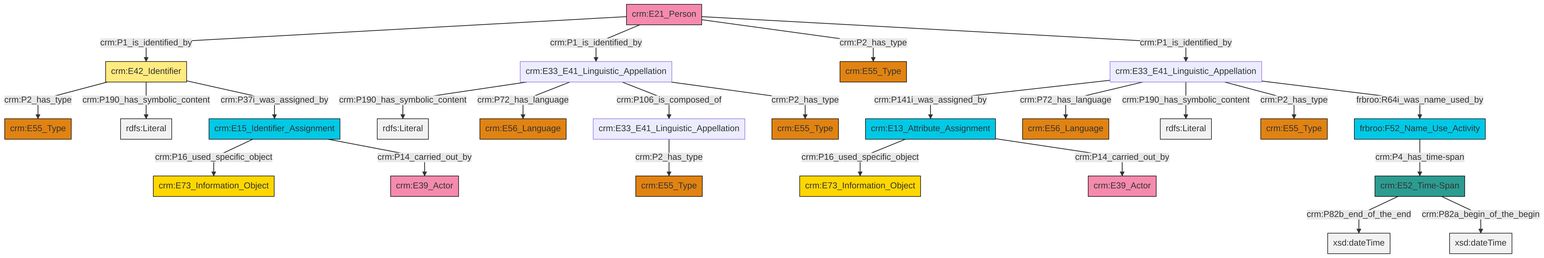
Above: et/personCSV/ttl/mmd/png/Person_Names_and_Classification.png in swiss-art-research-net/docs.swissartresearch (Mermaid), before the change. Its source is kept beside it as et/personCSV/ttl/mmd/Person_Names_and_Classification.ttl.mmd.
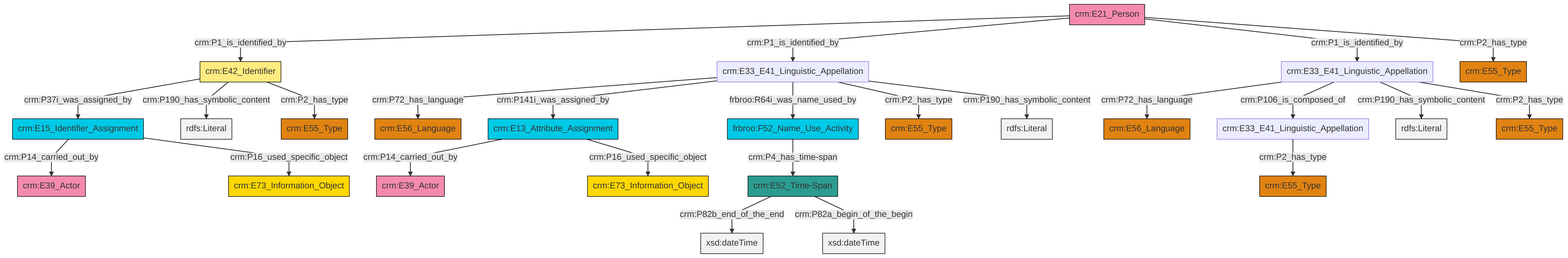
The same diagram one commit later.

What changed in the source:
```diff
@@ -13,27 +13,27 @@
 classDef PC_Classes fill:#4ce600, stroke:#000000;
 classDef Multi fill:#cccccc,stroke:#000000;
 
-0["crm:E21_Person"]:::Actor -->|crm:P1_is_identified_by| 1["crm:E42_Identifier"]:::Appellation
-8["crm:E15_Identifier_Assignment"]:::Temporal_Entity -->|crm:P16_used_specific_object| 9["crm:E73_Information_Object"]:::Conceptual_Object
-2["crm:E33_E41_Linguistic_Appellation"]:::Default -->|crm:P190_has_symbolic_content| 11[rdfs:Literal]:::Literal
-14["crm:E33_E41_Linguistic_Appellation"]:::Default -->|crm:P141i_was_assigned_by| 12["crm:E13_Attribute_Assignment"]:::Temporal_Entity
-12["crm:E13_Attribute_Assignment"]:::Temporal_Entity -->|crm:P16_used_specific_object| 19["crm:E73_Information_Object"]:::Conceptual_Object
-0["crm:E21_Person"]:::Actor -->|crm:P1_is_identified_by| 2["crm:E33_E41_Linguistic_Appellation"]:::Default
-14["crm:E33_E41_Linguistic_Appellation"]:::Default -->|crm:P72_has_language| 23["crm:E56_Language"]:::Type
-0["crm:E21_Person"]:::Actor -->|crm:P2_has_type| 24["crm:E55_Type"]:::Type
-12["crm:E13_Attribute_Assignment"]:::Temporal_Entity -->|crm:P14_carried_out_by| 17["crm:E39_Actor"]:::Actor
-0["crm:E21_Person"]:::Actor -->|crm:P1_is_identified_by| 14["crm:E33_E41_Linguistic_Appellation"]:::Default
-1["crm:E42_Identifier"]:::Appellation -->|crm:P2_has_type| 6["crm:E55_Type"]:::Type
-26["frbroo:F52_Name_Use_Activity"]:::Temporal_Entity -->|crm:P4_has_time-span| 27["crm:E52_Time-Span"]:::Time-Span
-14["crm:E33_E41_Linguistic_Appellation"]:::Default -->|crm:P190_has_symbolic_content| 28[rdfs:Literal]:::Literal
-8["crm:E15_Identifier_Assignment"]:::Temporal_Entity -->|crm:P14_carried_out_by| 21["crm:E39_Actor"]:::Actor
-14["crm:E33_E41_Linguistic_Appellation"]:::Default -->|crm:P2_has_type| 30["crm:E55_Type"]:::Type
-1["crm:E42_Identifier"]:::Appellation -->|crm:P190_has_symbolic_content| 36[rdfs:Literal]:::Literal
-27["crm:E52_Time-Span"]:::Time-Span -->|crm:P82b_end_of_the_end| 37[xsd:dateTime]:::Literal
-2["crm:E33_E41_Linguistic_Appellation"]:::Default -->|crm:P72_has_language| 4["crm:E56_Language"]:::Type
-2["crm:E33_E41_Linguistic_Appellation"]:::Default -->|crm:P106_is_composed_of| 15["crm:E33_E41_Linguistic_Appellation"]:::Default
-1["crm:E42_Identifier"]:::Appellation -->|crm:P37i_was_assigned_by| 8["crm:E15_Identifier_Assignment"]:::Temporal_Entity
-15["crm:E33_E41_Linguistic_Appellation"]:::Default -->|crm:P2_has_type| 32["crm:E55_Type"]:::Type
-27["crm:E52_Time-Span"]:::Time-Span -->|crm:P82a_begin_of_the_begin| 44[xsd:dateTime]:::Literal
-2["crm:E33_E41_Linguistic_Appellation"]:::Default -->|crm:P2_has_type| 41["crm:E55_Type"]:::Type
-14["crm:E33_E41_Linguistic_Appellation"]:::Default -->|frbroo:R64i_was_name_used_by| 26["frbroo:F52_Name_Use_Activity"]:::Temporal_Entity
+0["crm:E42_Identifier"]:::Appellation -->|crm:P37i_was_assigned_by| 1["crm:E15_Identifier_Assignment"]:::Temporal_Entity
+2["crm:E33_E41_Linguistic_Appellation"]:::Default -->|crm:P72_has_language| 3["crm:E56_Language"]:::Type
+0["crm:E42_Identifier"]:::Appellation -->|crm:P190_has_symbolic_content| 4[rdfs:Literal]:::Literal
+5["crm:E21_Person"]:::Actor -->|crm:P1_is_identified_by| 0["crm:E42_Identifier"]:::Appellation
+8["crm:E13_Attribute_Assignment"]:::Temporal_Entity -->|crm:P14_carried_out_by| 9["crm:E39_Actor"]:::Actor
+5["crm:E21_Person"]:::Actor -->|crm:P1_is_identified_by| 6["crm:E33_E41_Linguistic_Appellation"]:::Default
+2["crm:E33_E41_Linguistic_Appellation"]:::Default -->|crm:P106_is_composed_of| 12["crm:E33_E41_Linguistic_Appellation"]:::Default
+6["crm:E33_E41_Linguistic_Appellation"]:::Default -->|crm:P72_has_language| 15["crm:E56_Language"]:::Type
+1["crm:E15_Identifier_Assignment"]:::Temporal_Entity -->|crm:P14_carried_out_by| 16["crm:E39_Actor"]:::Actor
+5["crm:E21_Person"]:::Actor -->|crm:P1_is_identified_by| 2["crm:E33_E41_Linguistic_Appellation"]:::Default
+22["crm:E52_Time-Span"]:::Time-Span -->|crm:P82b_end_of_the_end| 23[xsd:dateTime]:::Literal
+6["crm:E33_E41_Linguistic_Appellation"]:::Default -->|crm:P141i_was_assigned_by| 8["crm:E13_Attribute_Assignment"]:::Temporal_Entity
+0["crm:E42_Identifier"]:::Appellation -->|crm:P2_has_type| 17["crm:E55_Type"]:::Type
+12["crm:E33_E41_Linguistic_Appellation"]:::Default -->|crm:P2_has_type| 10["crm:E55_Type"]:::Type
+22["crm:E52_Time-Span"]:::Time-Span -->|crm:P82a_begin_of_the_begin| 31[xsd:dateTime]:::Literal
+6["crm:E33_E41_Linguistic_Appellation"]:::Default -->|frbroo:R64i_was_name_used_by| 33["frbroo:F52_Name_Use_Activity"]:::Temporal_Entity
+2["crm:E33_E41_Linguistic_Appellation"]:::Default -->|crm:P190_has_symbolic_content| 34[rdfs:Literal]:::Literal
+8["crm:E13_Attribute_Assignment"]:::Temporal_Entity -->|crm:P16_used_specific_object| 38["crm:E73_Information_Object"]:::Conceptual_Object
+5["crm:E21_Person"]:::Actor -->|crm:P2_has_type| 27["crm:E55_Type"]:::Type
+1["crm:E15_Identifier_Assignment"]:::Temporal_Entity -->|crm:P16_used_specific_object| 42["crm:E73_Information_Object"]:::Conceptual_Object
+2["crm:E33_E41_Linguistic_Appellation"]:::Default -->|crm:P2_has_type| 29["crm:E55_Type"]:::Type
+6["crm:E33_E41_Linguistic_Appellation"]:::Default -->|crm:P2_has_type| 13["crm:E55_Type"]:::Type
+33["frbroo:F52_Name_Use_Activity"]:::Temporal_Entity -->|crm:P4_has_time-span| 22["crm:E52_Time-Span"]:::Time-Span
+6["crm:E33_E41_Linguistic_Appellation"]:::Default -->|crm:P190_has_symbolic_content| 45[rdfs:Literal]:::Literal
```
